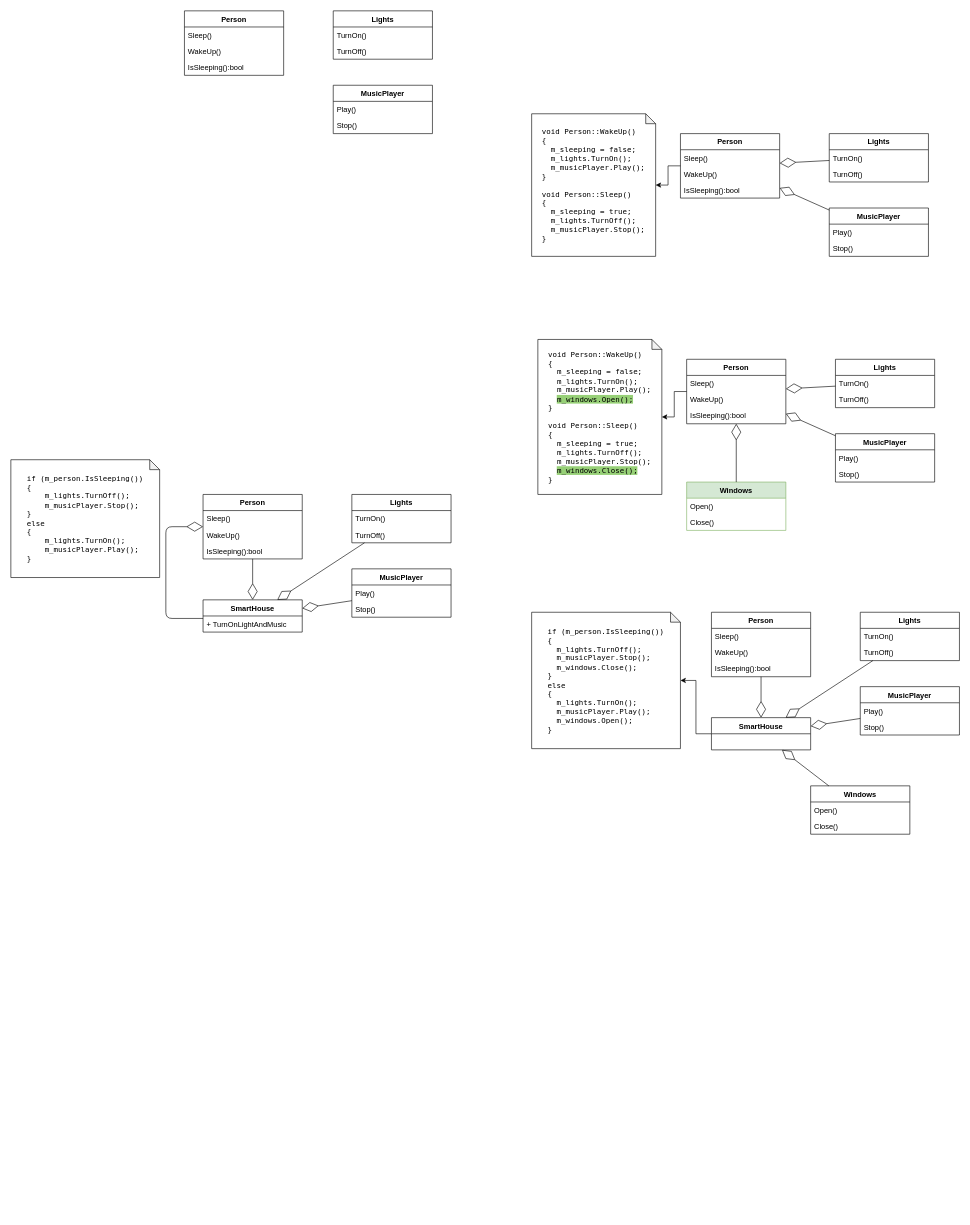
Earlier version of the draw.io diagram lectures/02.observer/person.drawio (alexey-malov/ood). Source tidied: cells renumbered, new cells numbered last; positions are measured from the earlier drawing's top-left corner, leaving out a move shared by most shapes. Both pictures are drawn from the tidied source at 62%, with x=0, y=0 at pixel (11, 11).
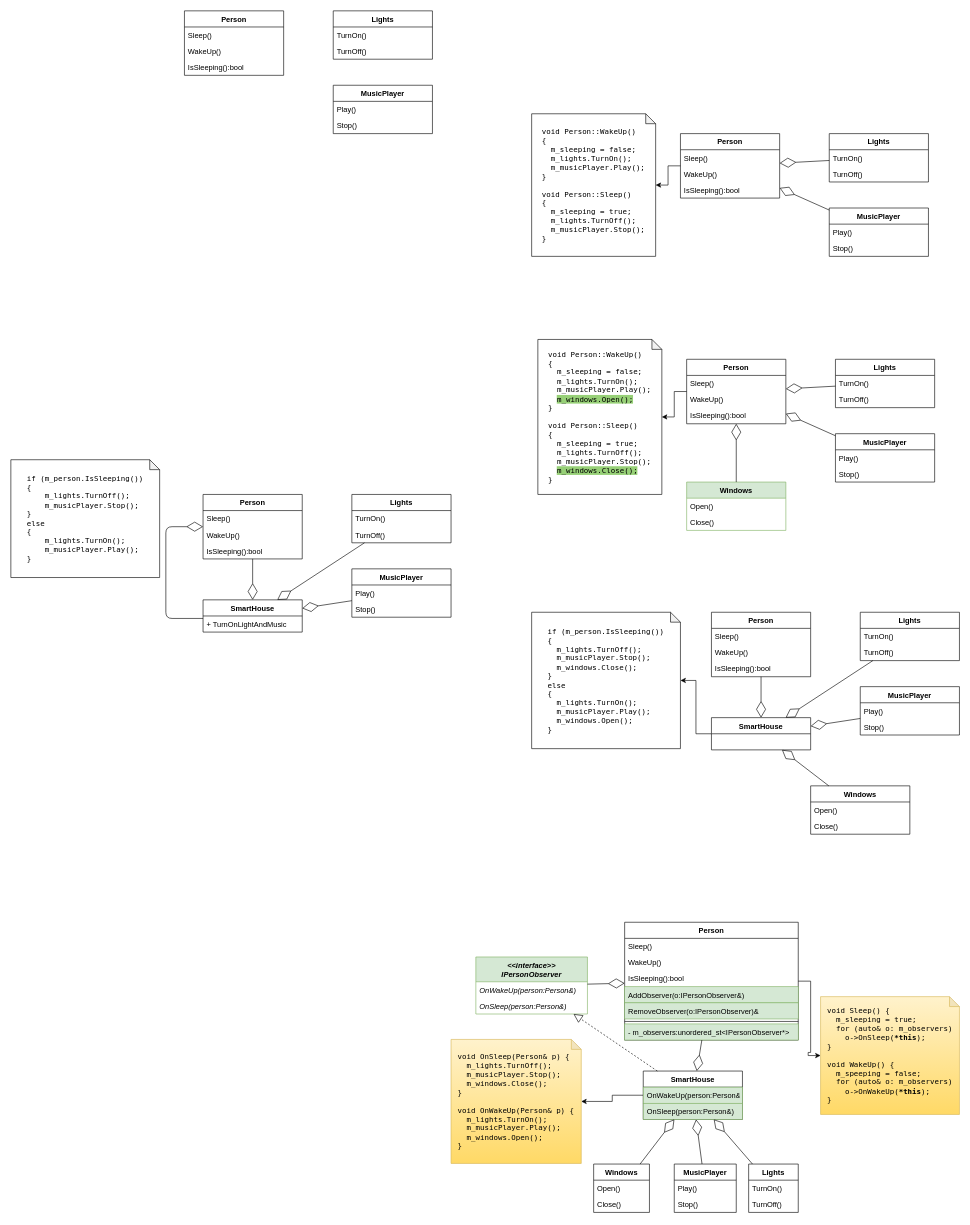
The same diagram, later.

The edit, as a diff of the source:
```diff
@@
+    <mxCell id="81" style="edgeStyle=orthogonalEdgeStyle;rounded=0;jettySize=auto;html=1;" parent="1" edge="1" source="82" target="103">
+      <mxGeometry relative="1" as="geometry" />
+    </mxCell>
+    <mxCell id="82" value="SmartHouse" style="swimlane;fontStyle=1;align=center;verticalAlign=top;horizontal=1;startSize=26;" parent="1" vertex="1">
+      <mxGeometry x="1020" y="1710" width="160" height="78" as="geometry" />
+    </mxCell>
+    <mxCell id="83" value="OnWakeUp(person:Person&amp;amp;)" style="text;strokeColor=#82b366;fillColor=#d5e8d4;align=left;verticalAlign=top;spacingLeft=4;spacingRight=4;overflow=hidden;whiteSpace=wrap;html=1;" parent="82" vertex="1">
+      <mxGeometry y="26" width="160" height="26" as="geometry" />
+    </mxCell>
+    <mxCell id="84" value="OnSleep(person:Person&amp;amp;)" style="text;strokeColor=#82b366;fillColor=#d5e8d4;align=left;verticalAlign=top;spacingLeft=4;spacingRight=4;overflow=hidden;whiteSpace=wrap;html=1;" parent="82" vertex="1">
+      <mxGeometry y="52" width="160" height="26" as="geometry" />
+    </mxCell>
+    <mxCell id="85" style="endArrow=diamondThin;endFill=0;endSize=24;html=1;" parent="1" edge="1" source="98" target="82">
+      <mxGeometry relative="1" as="geometry" />
+    </mxCell>
+    <mxCell id="86" style="edgeStyle=orthogonalEdgeStyle;rounded=0;jettySize=auto;html=1;" parent="1" edge="1" source="87" target="113">
+      <mxGeometry relative="1" as="geometry" />
+    </mxCell>
+    <mxCell id="87" value="Person" style="swimlane;fontStyle=1;align=center;verticalAlign=top;horizontal=1;startSize=26;" parent="1" vertex="1">
+      <mxGeometry x="990" y="1470" width="280" height="190" as="geometry" />
+    </mxCell>
+    <mxCell id="88" value="Sleep()" style="text;strokeColor=none;fillColor=none;align=left;verticalAlign=top;spacingLeft=4;spacingRight=4;overflow=hidden;" parent="87" vertex="1">
+      <mxGeometry y="26" width="280" height="26" as="geometry" />
+    </mxCell>
+    <mxCell id="89" value="WakeUp()" style="text;strokeColor=none;fillColor=none;align=left;verticalAlign=top;spacingLeft=4;spacingRight=4;overflow=hidden;" parent="87" vertex="1">
+      <mxGeometry y="52" width="280" height="26" as="geometry" />
+    </mxCell>
+    <mxCell id="90" value="IsSleeping():bool" style="text;strokeColor=none;fillColor=none;align=left;verticalAlign=top;spacingLeft=4;spacingRight=4;overflow=hidden;" parent="87" vertex="1">
+      <mxGeometry y="78" width="280" height="26" as="geometry" />
+    </mxCell>
+    <mxCell id="91" value="AddObserver(o:IPersonObserver&amp;amp;)" style="text;strokeColor=#82b366;fillColor=#d5e8d4;align=left;verticalAlign=top;spacingLeft=4;spacingRight=4;overflow=hidden;whiteSpace=wrap;html=1;" parent="87" vertex="1">
+      <mxGeometry y="104" width="280" height="26" as="geometry" />
+    </mxCell>
+    <mxCell id="92" value="RemoveObserver(o:IPersonObserver)&amp;amp;" style="text;strokeColor=#82b366;fillColor=#d5e8d4;align=left;verticalAlign=top;spacingLeft=4;spacingRight=4;overflow=hidden;whiteSpace=wrap;html=1;" parent="87" vertex="1">
+      <mxGeometry y="130" width="280" height="26" as="geometry" />
+    </mxCell>
+    <mxCell id="93" style="line;strokeWidth=1;fillColor=none;align=left;verticalAlign=middle;spacingTop=-1;spacingLeft=3;spacingRight=3;labelPosition=right;strokeColor=inherit;" parent="87" vertex="1">
+      <mxGeometry y="156" width="280" height="8" as="geometry" />
+    </mxCell>
+    <mxCell id="94" value="- m_observers:unordered_st&amp;lt;IPersonObserver*&amp;gt;" style="text;strokeColor=#82b366;fillColor=#d5e8d4;align=left;verticalAlign=top;spacingLeft=4;spacingRight=4;overflow=hidden;whiteSpace=wrap;html=1;" parent="87" vertex="1">
+      <mxGeometry y="164" width="280" height="26" as="geometry" />
+    </mxCell>
+    <mxCell id="95" value="Lights" style="swimlane;fontStyle=1;align=center;verticalAlign=top;horizontal=1;startSize=26;" parent="1" vertex="1">
+      <mxGeometry x="1190" y="1860" width="80" height="78" as="geometry" />
+    </mxCell>
+    <mxCell id="96" value="TurnOn()" style="text;strokeColor=none;fillColor=none;align=left;verticalAlign=top;spacingLeft=4;spacingRight=4;overflow=hidden;" parent="95" vertex="1">
+      <mxGeometry y="26" width="80" height="26" as="geometry" />
+    </mxCell>
+    <mxCell id="97" value="TurnOff()" style="text;strokeColor=none;fillColor=none;align=left;verticalAlign=top;spacingLeft=4;spacingRight=4;overflow=hidden;" parent="95" vertex="1">
+      <mxGeometry y="52" width="80" height="26" as="geometry" />
+    </mxCell>
+    <mxCell id="98" value="MusicPlayer" style="swimlane;fontStyle=1;align=center;verticalAlign=top;horizontal=1;startSize=26;" parent="1" vertex="1">
+      <mxGeometry x="1070" y="1860" width="100" height="78" as="geometry" />
+    </mxCell>
+    <mxCell id="99" value="Play()" style="text;strokeColor=none;fillColor=none;align=left;verticalAlign=top;spacingLeft=4;spacingRight=4;overflow=hidden;" parent="98" vertex="1">
+      <mxGeometry y="26" width="100" height="26" as="geometry" />
+    </mxCell>
+    <mxCell id="100" value="Stop()" style="text;strokeColor=none;fillColor=none;align=left;verticalAlign=top;spacingLeft=4;spacingRight=4;overflow=hidden;" parent="98" vertex="1">
+      <mxGeometry y="52" width="100" height="26" as="geometry" />
+    </mxCell>
+    <mxCell id="101" style="endArrow=diamondThin;endFill=0;endSize=24;html=1;" parent="1" edge="1" source="95" target="82">
+      <mxGeometry relative="1" as="geometry" />
+    </mxCell>
+    <mxCell id="102" style="endArrow=diamondThin;endFill=0;endSize=24;html=1;" parent="1" edge="1" source="87" target="82">
+      <mxGeometry relative="1" as="geometry" />
+    </mxCell>
+    <mxCell id="103" value="&lt;div style=&quot;text-align: left&quot;&gt;&lt;span&gt;&lt;font face=&quot;Lucida Console&quot;&gt;void OnSleep(Person&amp;amp; p)&amp;nbsp;&lt;/font&gt;&lt;/span&gt;&lt;span style=&quot;font-family: &amp;quot;Lucida Console&amp;quot;;&quot;&gt;{&lt;/span&gt;&lt;/div&gt;&lt;div style=&quot;text-align: left&quot;&gt;&lt;div&gt;&lt;font face=&quot;Lucida Console&quot;&gt;&amp;nbsp; m_lights.TurnOff();&lt;/font&gt;&lt;/div&gt;&lt;div&gt;&lt;font face=&quot;Lucida Console&quot;&gt;&amp;nbsp; m_musicPlayer.Stop();&lt;/font&gt;&lt;/div&gt;&lt;div&gt;&lt;font face=&quot;Lucida Console&quot;&gt;&amp;nbsp;&amp;nbsp;m_windows.Close();&lt;/font&gt;&lt;/div&gt;&lt;/div&gt;&lt;div style=&quot;text-align: left&quot;&gt;&lt;span&gt;&lt;font face=&quot;Lucida Console&quot;&gt;}&lt;/font&gt;&lt;/span&gt;&lt;/div&gt;&lt;div style=&quot;text-align: left&quot;&gt;&lt;br&gt;&lt;/div&gt;&lt;div style=&quot;text-align: left&quot;&gt;&lt;font face=&quot;Lucida Console&quot;&gt;void OnWakeUp(Person&amp;amp; p)&amp;nbsp;&lt;/font&gt;&lt;span style=&quot;font-family: &amp;quot;Lucida Console&amp;quot;;&quot;&gt;{&lt;/span&gt;&lt;/div&gt;&lt;div style=&quot;text-align: left&quot;&gt;&lt;div&gt;&lt;font face=&quot;Lucida Console&quot;&gt;&amp;nbsp; m_lights.TurnOn();&lt;/font&gt;&lt;/div&gt;&lt;div&gt;&lt;font face=&quot;Lucida Console&quot;&gt;&amp;nbsp; m_musicPlayer.Play();&lt;/font&gt;&lt;/div&gt;&lt;div&gt;&lt;font face=&quot;Lucida Console&quot;&gt;&amp;nbsp;&amp;nbsp;m_windows.Open();&lt;/font&gt;&lt;/div&gt;&lt;/div&gt;&lt;div style=&quot;text-align: left&quot;&gt;&lt;span&gt;&lt;font face=&quot;Lucida Console&quot;&gt;}&lt;/font&gt;&lt;/span&gt;&lt;/div&gt;" style="shape=note;whiteSpace=wrap;html=1;backgroundOutline=1;darkOpacity=0.05;size=16;fillColor=#fff2cc;gradientColor=#ffd966;strokeColor=#d6b656;" parent="1" vertex="1">
+      <mxGeometry x="710" y="1659" width="210" height="200" as="geometry" />
+    </mxCell>
+    <mxCell id="104" value="Windows" style="swimlane;fontStyle=1;align=center;verticalAlign=top;horizontal=1;startSize=26;" parent="1" vertex="1">
+      <mxGeometry x="940" y="1860" width="90" height="78" as="geometry" />
+    </mxCell>
+    <mxCell id="105" value="Open()" style="text;strokeColor=none;fillColor=none;align=left;verticalAlign=top;spacingLeft=4;spacingRight=4;overflow=hidden;" parent="104" vertex="1">
+      <mxGeometry y="26" width="90" height="26" as="geometry" />
+    </mxCell>
+    <mxCell id="106" value="Close()" style="text;strokeColor=none;fillColor=none;align=left;verticalAlign=top;spacingLeft=4;spacingRight=4;overflow=hidden;" parent="104" vertex="1">
+      <mxGeometry y="52" width="90" height="26" as="geometry" />
+    </mxCell>
+    <mxCell id="107" style="endArrow=diamondThin;endFill=0;endSize=24;html=1;" parent="1" edge="1" source="104" target="82">
+      <mxGeometry relative="1" as="geometry" />
+    </mxCell>
+    <mxCell id="108" value="&lt;i&gt;&amp;lt;&amp;lt;interface&amp;gt;&amp;gt;&lt;br&gt;IPersonObserver&lt;/i&gt;" style="swimlane;fontStyle=1;align=center;verticalAlign=top;horizontal=1;startSize=40;whiteSpace=wrap;html=1;fillColor=#d5e8d4;strokeColor=#82b366;" parent="1" vertex="1">
+      <mxGeometry x="750" y="1526" width="180" height="92" as="geometry" />
+    </mxCell>
+    <mxCell id="109" value="OnWakeUp(person:Person&amp;amp;)" style="text;strokeColor=none;fillColor=none;align=left;verticalAlign=top;spacingLeft=4;spacingRight=4;overflow=hidden;whiteSpace=wrap;html=1;fontStyle=2;" parent="108" vertex="1">
+      <mxGeometry y="40" width="180" height="26" as="geometry" />
+    </mxCell>
+    <mxCell id="110" value="OnSleep(person:Person&amp;amp;)" style="text;strokeColor=none;fillColor=none;align=left;verticalAlign=top;spacingLeft=4;spacingRight=4;overflow=hidden;whiteSpace=wrap;html=1;fontStyle=2;" parent="108" vertex="1">
+      <mxGeometry y="66" width="180" height="26" as="geometry" />
+    </mxCell>
+    <mxCell id="111" style="endArrow=diamondThin;endFill=0;endSize=24;html=1;rounded=0;" parent="1" edge="1" source="108" target="87">
+      <mxGeometry relative="1" as="geometry" />
+    </mxCell>
+    <mxCell id="112" style="endArrow=block;dashed=1;endFill=0;endSize=12;html=1;rounded=0;" parent="1" edge="1" source="82" target="108">
+      <mxGeometry relative="1" as="geometry" />
+    </mxCell>
+    <mxCell id="113" value="&lt;div style=&quot;text-align: left&quot;&gt;&lt;span&gt;&lt;font face=&quot;Lucida Console&quot;&gt;void Sleep()&amp;nbsp;&lt;/font&gt;&lt;/span&gt;&lt;span style=&quot;font-family: &amp;quot;Lucida Console&amp;quot;;&quot;&gt;{&lt;/span&gt;&lt;/div&gt;&lt;div style=&quot;text-align: left&quot;&gt;&lt;div&gt;&lt;font face=&quot;Lucida Console&quot;&gt;&amp;nbsp; m_sleeping = true;&lt;/font&gt;&lt;/div&gt;&lt;div&gt;&lt;font face=&quot;Lucida Console&quot;&gt;&amp;nbsp; for (auto&amp;amp; o: m_observers)&lt;/font&gt;&lt;/div&gt;&lt;div&gt;&lt;font face=&quot;Lucida Console&quot;&gt;&amp;nbsp; &amp;nbsp; o-&amp;gt;OnSleep(&lt;b&gt;*this&lt;/b&gt;);&lt;/font&gt;&lt;/div&gt;&lt;/div&gt;&lt;div style=&quot;text-align: left&quot;&gt;&lt;span&gt;&lt;font face=&quot;Lucida Console&quot;&gt;}&lt;/font&gt;&lt;/span&gt;&lt;/div&gt;&lt;div style=&quot;text-align: left&quot;&gt;&lt;br&gt;&lt;/div&gt;&lt;div style=&quot;text-align: left&quot;&gt;&lt;font face=&quot;Lucida Console&quot;&gt;void WakeUp()&amp;nbsp;&lt;/font&gt;&lt;span style=&quot;font-family: &amp;quot;Lucida Console&amp;quot;;&quot;&gt;{&lt;/span&gt;&lt;/div&gt;&lt;div style=&quot;text-align: left&quot;&gt;&lt;div&gt;&lt;font face=&quot;Lucida Console&quot;&gt;&amp;nbsp; m_speeping = false;&lt;/font&gt;&lt;/div&gt;&lt;div&gt;&lt;font face=&quot;Lucida Console&quot;&gt;&amp;nbsp; for (auto&amp;amp; o: m_observers)&lt;/font&gt;&lt;/div&gt;&lt;div&gt;&lt;font face=&quot;Lucida Console&quot;&gt;&amp;nbsp; &amp;nbsp; o-&amp;gt;OnWakeUp(&lt;b&gt;*this&lt;/b&gt;);&lt;/font&gt;&lt;/div&gt;&lt;/div&gt;&lt;div style=&quot;text-align: left&quot;&gt;&lt;span&gt;&lt;font face=&quot;Lucida Console&quot;&gt;}&lt;/font&gt;&lt;/span&gt;&lt;/div&gt;" style="shape=note;whiteSpace=wrap;html=1;backgroundOutline=1;darkOpacity=0.05;size=16;fillColor=#fff2cc;gradientColor=#ffd966;strokeColor=#d6b656;" parent="1" vertex="1">
+      <mxGeometry x="1306" y="1590" width="224" height="190" as="geometry" />
+    </mxCell>
```
